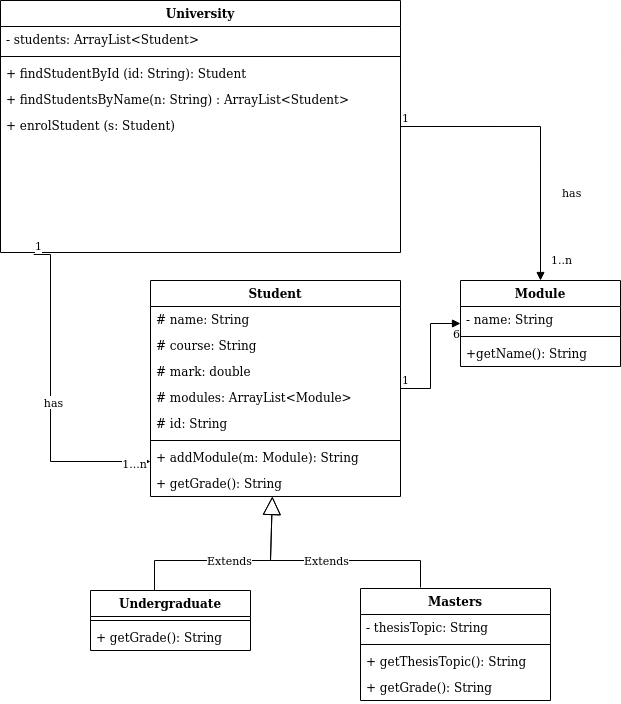
Above: images/COM528classdiagram1.png in nwcourses/nwcourses.github.io (draw.io), before the change. Source tidied: cells renumbered, new cells last; positions are measured from the earlier drawing's top-left corner, leaving out a move shared by most shapes. Its diagram source:
```xml
<mxGraphModel>
  <root>
    <mxCell id="0" />
    <mxCell id="1" parent="0" />
    <mxCell id="2" value="University" style="swimlane;fontStyle=1;align=center;verticalAlign=top;horizontal=1;startSize=26;" parent="1" vertex="1">
      <mxGeometry width="400" height="252" as="geometry" />
    </mxCell>
    <mxCell id="3" value="- students: ArrayList&lt;Student&gt;&#10;" style="text;strokeColor=none;fillColor=none;align=left;verticalAlign=top;spacingLeft=4;spacingRight=4;overflow=hidden;" parent="2" vertex="1">
      <mxGeometry y="26" width="400" height="26" as="geometry" />
    </mxCell>
    <mxCell id="4" style="line;strokeWidth=1;fillColor=none;align=left;verticalAlign=middle;spacingTop=-1;spacingLeft=3;spacingRight=3;labelPosition=right;strokeColor=inherit;" parent="2" vertex="1">
      <mxGeometry y="52" width="400" height="8" as="geometry" />
    </mxCell>
    <mxCell id="5" value="+ findStudentById (id: String): Student" style="text;strokeColor=none;fillColor=none;align=left;verticalAlign=top;spacingLeft=4;spacingRight=4;overflow=hidden;" parent="2" vertex="1">
      <mxGeometry y="60" width="400" height="26" as="geometry" />
    </mxCell>
    <mxCell id="6" value="+ findStudentsByName(n: String) : ArrayList&lt;Student&gt;" style="text;strokeColor=none;fillColor=none;align=left;verticalAlign=top;spacingLeft=4;spacingRight=4;overflow=hidden;" parent="2" vertex="1">
      <mxGeometry y="86" width="400" height="26" as="geometry" />
    </mxCell>
    <mxCell id="7" value="+ enrolStudent (s: Student)&#10;" style="text;strokeColor=none;fillColor=none;align=left;verticalAlign=top;spacingLeft=4;spacingRight=4;overflow=hidden;points=[[0,0.5],[1,0.5]];portConstraint=eastwest;" parent="2" vertex="1">
      <mxGeometry y="112" width="400" height="140" as="geometry" />
    </mxCell>
    <mxCell id="8" value="Student" style="swimlane;fontStyle=1;align=center;verticalAlign=top;horizontal=1;startSize=26;" parent="1" vertex="1">
      <mxGeometry x="150" y="280" width="250" height="216" as="geometry" />
    </mxCell>
    <mxCell id="9" value="# name: String" style="text;strokeColor=none;fillColor=none;align=left;verticalAlign=top;spacingLeft=4;spacingRight=4;overflow=hidden;" parent="8" vertex="1">
      <mxGeometry y="26" width="250" height="26" as="geometry" />
    </mxCell>
    <mxCell id="10" value="# course: String" style="text;strokeColor=none;fillColor=none;align=left;verticalAlign=top;spacingLeft=4;spacingRight=4;overflow=hidden;" parent="8" vertex="1">
      <mxGeometry y="52" width="250" height="26" as="geometry" />
    </mxCell>
    <mxCell id="11" value="# mark: double" style="text;strokeColor=none;fillColor=none;align=left;verticalAlign=top;spacingLeft=4;spacingRight=4;overflow=hidden;" parent="8" vertex="1">
      <mxGeometry y="78" width="250" height="26" as="geometry" />
    </mxCell>
    <mxCell id="12" value="# modules: ArrayList&lt;Module&gt;&#10;" style="text;strokeColor=none;fillColor=none;align=left;verticalAlign=top;spacingLeft=4;spacingRight=4;overflow=hidden;points=[[0,0.5],[1,0.5]];portConstraint=eastwest;" parent="8" vertex="1">
      <mxGeometry y="104" width="250" height="26" as="geometry" />
    </mxCell>
    <mxCell id="13" value="# id: String" style="text;strokeColor=none;fillColor=none;align=left;verticalAlign=top;spacingLeft=4;spacingRight=4;overflow=hidden;" parent="8" vertex="1">
      <mxGeometry y="130" width="250" height="26" as="geometry" />
    </mxCell>
    <mxCell id="14" style="line;strokeWidth=1;fillColor=none;align=left;verticalAlign=middle;spacingTop=-1;spacingLeft=3;spacingRight=3;labelPosition=right;strokeColor=inherit;" parent="8" vertex="1">
      <mxGeometry y="156" width="250" height="8" as="geometry" />
    </mxCell>
    <mxCell id="15" value="+ addModule(m: Module): String" style="text;strokeColor=none;fillColor=none;align=left;verticalAlign=top;spacingLeft=4;spacingRight=4;overflow=hidden;" parent="8" vertex="1">
      <mxGeometry y="164" width="250" height="26" as="geometry" />
    </mxCell>
    <mxCell id="16" value="+ getGrade(): String&#10;" style="text;strokeColor=none;fillColor=none;align=left;verticalAlign=top;spacingLeft=4;spacingRight=4;overflow=hidden;" parent="8" vertex="1">
      <mxGeometry y="190" width="250" height="26" as="geometry" />
    </mxCell>
    <mxCell id="17" style="endArrow=block;endFill=1;html=1;edgeStyle=orthogonalEdgeStyle;align=left;verticalAlign=top;rounded=0;exitX=0.083;exitY=1.014;exitDx=0;exitDy=0;exitPerimeter=0;" parent="1" edge="1" source="7" target="8">
      <mxGeometry x="-1" relative="1" as="geometry">
        <Array as="points">
          <mxPoint x="50" y="254" />
          <mxPoint x="50" y="461" />
          <mxPoint x="150" y="461" />
        </Array>
      </mxGeometry>
    </mxCell>
    <mxCell id="18" value="1" style="edgeLabel;html=1;align=left;verticalAlign=bottom;" parent="17" vertex="1">
      <mxGeometry x="-1" relative="1" as="geometry" />
    </mxCell>
    <mxCell id="19" value="has" style="edgeLabel;html=1;align=center;verticalAlign=middle;" parent="17" vertex="1">
      <mxGeometry x="0.01" y="2" relative="1" as="geometry" />
    </mxCell>
    <mxCell id="20" value="1...n" style="edgeLabel;html=1;align=center;verticalAlign=middle;" parent="17" vertex="1">
      <mxGeometry x="0.9" y="-1" relative="1" as="geometry" />
    </mxCell>
    <mxCell id="21" value="Extends" style="endArrow=block;endSize=16;endFill=0;html=1;rounded=0;exitX=0.5;exitY=0;exitDx=0;exitDy=0;" parent="1" edge="1" target="8">
      <mxGeometry relative="1" as="geometry">
        <mxPoint x="154" y="590" as="sourcePoint" />
        <Array as="points">
          <mxPoint x="154" y="560" />
          <mxPoint x="270" y="560" />
        </Array>
      </mxGeometry>
    </mxCell>
    <mxCell id="22" value="Extends" style="endArrow=block;endSize=16;endFill=0;html=1;rounded=0;" parent="1" edge="1" target="8">
      <mxGeometry relative="1" as="geometry">
        <mxPoint x="420" y="587" as="sourcePoint" />
        <Array as="points">
          <mxPoint x="420" y="560" />
          <mxPoint x="270" y="560" />
        </Array>
      </mxGeometry>
    </mxCell>
    <mxCell id="23" value="Module" style="swimlane;fontStyle=1;align=center;verticalAlign=top;horizontal=1;startSize=26;" parent="1" vertex="1">
      <mxGeometry x="460" y="280" width="160" height="86" as="geometry" />
    </mxCell>
    <mxCell id="24" value="- name: String" style="text;strokeColor=none;fillColor=none;align=left;verticalAlign=top;spacingLeft=4;spacingRight=4;overflow=hidden;" parent="23" vertex="1">
      <mxGeometry y="26" width="160" height="26" as="geometry" />
    </mxCell>
    <mxCell id="25" style="line;strokeWidth=1;fillColor=none;align=left;verticalAlign=middle;spacingTop=-1;spacingLeft=3;spacingRight=3;labelPosition=right;strokeColor=inherit;" parent="23" vertex="1">
      <mxGeometry y="52" width="160" height="8" as="geometry" />
    </mxCell>
    <mxCell id="26" value="+getName(): String" style="text;strokeColor=none;fillColor=none;align=left;verticalAlign=top;spacingLeft=4;spacingRight=4;overflow=hidden;" parent="23" vertex="1">
      <mxGeometry y="60" width="160" height="26" as="geometry" />
    </mxCell>
    <mxCell id="27" value="has" style="endArrow=block;endFill=1;html=1;edgeStyle=orthogonalEdgeStyle;align=left;verticalAlign=top;rounded=0;" parent="1" edge="1" source="2" target="23">
      <mxGeometry x="0.31" y="20" relative="1" as="geometry" />
    </mxCell>
    <mxCell id="28" value="1" style="edgeLabel;html=1;align=left;verticalAlign=bottom;" parent="27" vertex="1">
      <mxGeometry x="-1" relative="1" as="geometry" />
    </mxCell>
    <mxCell id="29" value="&lt;div&gt;1..n&lt;/div&gt;&lt;div&gt;&lt;br&gt;&lt;/div&gt;" style="edgeLabel;html=1;align=center;verticalAlign=middle;" parent="27" vertex="1">
      <mxGeometry x="0.9" y="-1" relative="1" as="geometry">
        <mxPoint x="21" as="offset" />
      </mxGeometry>
    </mxCell>
    <mxCell id="30" value="Undergraduate" style="swimlane;fontStyle=1;align=center;verticalAlign=top;horizontal=1;startSize=26;" parent="1" vertex="1">
      <mxGeometry x="90" y="590" width="160" height="60" as="geometry" />
    </mxCell>
    <mxCell id="31" style="line;strokeWidth=1;fillColor=none;align=left;verticalAlign=middle;spacingTop=-1;spacingLeft=3;spacingRight=3;labelPosition=right;strokeColor=inherit;" parent="30" vertex="1">
      <mxGeometry y="26" width="160" height="8" as="geometry" />
    </mxCell>
    <mxCell id="32" value="+ getGrade(): String" style="text;strokeColor=none;fillColor=none;align=left;verticalAlign=top;spacingLeft=4;spacingRight=4;overflow=hidden;" parent="30" vertex="1">
      <mxGeometry y="34" width="160" height="26" as="geometry" />
    </mxCell>
    <mxCell id="33" value="Masters" style="swimlane;fontStyle=1;align=center;verticalAlign=top;horizontal=1;startSize=26;" parent="1" vertex="1">
      <mxGeometry x="360" y="588" width="190" height="112" as="geometry" />
    </mxCell>
    <mxCell id="34" value="- thesisTopic: String" style="text;strokeColor=none;fillColor=none;align=left;verticalAlign=top;spacingLeft=4;spacingRight=4;overflow=hidden;" parent="33" vertex="1">
      <mxGeometry y="26" width="190" height="26" as="geometry" />
    </mxCell>
    <mxCell id="35" style="line;strokeWidth=1;fillColor=none;align=left;verticalAlign=middle;spacingTop=-1;spacingLeft=3;spacingRight=3;labelPosition=right;strokeColor=inherit;" parent="33" vertex="1">
      <mxGeometry y="52" width="190" height="8" as="geometry" />
    </mxCell>
    <mxCell id="36" value="+ getThesisTopic(): String" style="text;strokeColor=none;fillColor=none;align=left;verticalAlign=top;spacingLeft=4;spacingRight=4;overflow=hidden;" parent="33" vertex="1">
      <mxGeometry y="60" width="190" height="26" as="geometry" />
    </mxCell>
    <mxCell id="37" value="+ getGrade(): String" style="text;strokeColor=none;fillColor=none;align=left;verticalAlign=top;spacingLeft=4;spacingRight=4;overflow=hidden;" parent="33" vertex="1">
      <mxGeometry y="86" width="190" height="26" as="geometry" />
    </mxCell>
    <mxCell id="38" value="6" style="endArrow=block;endFill=1;html=1;edgeStyle=orthogonalEdgeStyle;align=left;verticalAlign=top;rounded=0;" parent="1" edge="1" source="8" target="23">
      <mxGeometry x="0.86" y="3" relative="1" as="geometry" />
    </mxCell>
    <mxCell id="39" value="1" style="edgeLabel;html=1;align=left;verticalAlign=bottom;" parent="38" vertex="1">
      <mxGeometry x="-1" relative="1" as="geometry" />
    </mxCell>
  </root>
</mxGraphModel>
```
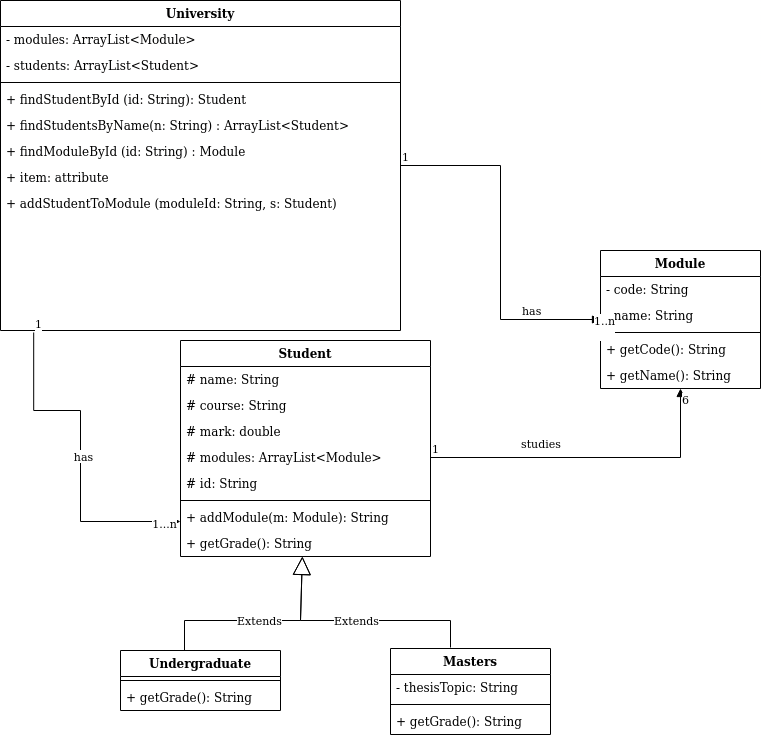
The same diagram one commit later.

Diff of the diagram source:
```diff
@@ -3,22 +3,31 @@
     <mxCell id="0" />
     <mxCell id="1" parent="0" />
     <mxCell id="2" value="University" style="swimlane;fontStyle=1;align=center;verticalAlign=top;horizontal=1;startSize=26;" parent="1" vertex="1">
-      <mxGeometry width="400" height="252" as="geometry" />
+      <mxGeometry x="-30" y="-60" width="400" height="330" as="geometry" />
     </mxCell>
+    <mxCell id="40" value="- modules: ArrayList&lt;Module&gt;" style="text;strokeColor=none;fillColor=none;align=left;verticalAlign=top;spacingLeft=4;spacingRight=4;overflow=hidden;" parent="2" vertex="1">
+      <mxGeometry y="26" width="400" height="26" as="geometry" />
+    </mxCell>
     <mxCell id="3" value="- students: ArrayList&lt;Student&gt;&#10;" style="text;strokeColor=none;fillColor=none;align=left;verticalAlign=top;spacingLeft=4;spacingRight=4;overflow=hidden;" parent="2" vertex="1">
-      <mxGeometry y="26" width="400" height="26" as="geometry" />
+      <mxGeometry y="52" width="400" height="26" as="geometry" />
     </mxCell>
     <mxCell id="4" style="line;strokeWidth=1;fillColor=none;align=left;verticalAlign=middle;spacingTop=-1;spacingLeft=3;spacingRight=3;labelPosition=right;strokeColor=inherit;" parent="2" vertex="1">
-      <mxGeometry y="52" width="400" height="8" as="geometry" />
+      <mxGeometry y="78" width="400" height="8" as="geometry" />
     </mxCell>
     <mxCell id="5" value="+ findStudentById (id: String): Student" style="text;strokeColor=none;fillColor=none;align=left;verticalAlign=top;spacingLeft=4;spacingRight=4;overflow=hidden;" parent="2" vertex="1">
-      <mxGeometry y="60" width="400" height="26" as="geometry" />
+      <mxGeometry y="86" width="400" height="26" as="geometry" />
     </mxCell>
     <mxCell id="6" value="+ findStudentsByName(n: String) : ArrayList&lt;Student&gt;" style="text;strokeColor=none;fillColor=none;align=left;verticalAlign=top;spacingLeft=4;spacingRight=4;overflow=hidden;" parent="2" vertex="1">
-      <mxGeometry y="86" width="400" height="26" as="geometry" />
+      <mxGeometry y="112" width="400" height="26" as="geometry" />
     </mxCell>
+    <mxCell id="41" value="+ findModuleById (id: String) : Module" style="text;strokeColor=none;fillColor=none;align=left;verticalAlign=top;spacingLeft=4;spacingRight=4;overflow=hidden;" parent="2" vertex="1">
+      <mxGeometry y="138" width="400" height="26" as="geometry" />
+    </mxCell>
+    <mxCell id="42" value="+ item: attribute" style="text;strokeColor=none;fillColor=none;align=left;verticalAlign=top;spacingLeft=4;spacingRight=4;overflow=hidden;" parent="2" vertex="1">
+      <mxGeometry y="164" width="400" height="26" as="geometry" />
+    </mxCell>
-    <mxCell id="7" value="+ enrolStudent (s: Student)&#10;" style="text;strokeColor=none;fillColor=none;align=left;verticalAlign=top;spacingLeft=4;spacingRight=4;overflow=hidden;points=[[0,0.5],[1,0.5]];portConstraint=eastwest;" parent="2" vertex="1">
-      <mxGeometry y="112" width="400" height="140" as="geometry" />
+    <mxCell id="7" value="+ addStudentToModule (moduleId: String, s: Student)" style="text;strokeColor=none;fillColor=none;align=left;verticalAlign=top;spacingLeft=4;spacingRight=4;overflow=hidden;points=[[0,0.5],[1,0.5]];portConstraint=eastwest;" parent="2" vertex="1">
+      <mxGeometry y="190" width="400" height="140" as="geometry" />
     </mxCell>
     <mxCell id="8" value="Student" style="swimlane;fontStyle=1;align=center;verticalAlign=top;horizontal=1;startSize=26;" parent="1" vertex="1">
       <mxGeometry x="150" y="280" width="250" height="216" as="geometry" />
@@ -50,9 +59,9 @@
     <mxCell id="17" style="endArrow=block;endFill=1;html=1;edgeStyle=orthogonalEdgeStyle;align=left;verticalAlign=top;rounded=0;exitX=0.083;exitY=1.014;exitDx=0;exitDy=0;exitPerimeter=0;" parent="1" edge="1" source="7" target="8">
       <mxGeometry x="-1" relative="1" as="geometry">
         <Array as="points">
-          <mxPoint x="50" y="254" />
+          <mxPoint x="3" y="350" />
+          <mxPoint x="50" y="350" />
           <mxPoint x="50" y="461" />
-          <mxPoint x="150" y="461" />
         </Array>
       </mxGeometry>
     </mxCell>
@@ -84,17 +93,32 @@
       </mxGeometry>
     </mxCell>
     <mxCell id="23" value="Module" style="swimlane;fontStyle=1;align=center;verticalAlign=top;horizontal=1;startSize=26;" parent="1" vertex="1">
-      <mxGeometry x="460" y="280" width="160" height="86" as="geometry" />
+      <mxGeometry x="570" y="190" width="160" height="138" as="geometry" />
     </mxCell>
+    <mxCell id="43" value="- code: String" style="text;strokeColor=none;fillColor=none;align=left;verticalAlign=top;spacingLeft=4;spacingRight=4;overflow=hidden;" parent="23" vertex="1">
+      <mxGeometry y="26" width="160" height="26" as="geometry" />
+    </mxCell>
     <mxCell id="24" value="- name: String" style="text;strokeColor=none;fillColor=none;align=left;verticalAlign=top;spacingLeft=4;spacingRight=4;overflow=hidden;" parent="23" vertex="1">
-      <mxGeometry y="26" width="160" height="26" as="geometry" />
+      <mxGeometry y="52" width="160" height="26" as="geometry" />
     </mxCell>
     <mxCell id="25" style="line;strokeWidth=1;fillColor=none;align=left;verticalAlign=middle;spacingTop=-1;spacingLeft=3;spacingRight=3;labelPosition=right;strokeColor=inherit;" parent="23" vertex="1">
-      <mxGeometry y="52" width="160" height="8" as="geometry" />
+      <mxGeometry y="78" width="160" height="8" as="geometry" />
     </mxCell>
+    <mxCell id="44" value="+ getCode(): String" style="text;strokeColor=none;fillColor=none;align=left;verticalAlign=top;spacingLeft=4;spacingRight=4;overflow=hidden;" parent="23" vertex="1">
+      <mxGeometry y="86" width="160" height="26" as="geometry" />
+    </mxCell>
-    <mxCell id="26" value="+getName(): String" style="text;strokeColor=none;fillColor=none;align=left;verticalAlign=top;spacingLeft=4;spacingRight=4;overflow=hidden;" parent="23" vertex="1">
-      <mxGeometry y="60" width="160" height="26" as="geometry" />
+    <mxCell id="26" value="+ getName(): String" style="text;strokeColor=none;fillColor=none;align=left;verticalAlign=top;spacingLeft=4;spacingRight=4;overflow=hidden;" parent="23" vertex="1">
+      <mxGeometry y="112" width="160" height="26" as="geometry" />
     </mxCell>
+    <mxCell id="45" value="studies" style="endArrow=block;endFill=1;html=1;edgeStyle=orthogonalEdgeStyle;align=left;verticalAlign=top;rounded=0;exitX=1;exitY=0.5;exitDx=0;exitDy=0;" parent="1" edge="1" source="12" target="23">
+      <mxGeometry x="-0.44" y="27" relative="1" as="geometry" />
+    </mxCell>
+    <mxCell id="39" value="1" style="edgeLabel;html=1;align=left;verticalAlign=bottom;" parent="45" vertex="1">
+      <mxGeometry x="-1" relative="1" as="geometry" />
+    </mxCell>
+    <mxCell id="38" value="6" style="edgeLabel;html=1;align=center;verticalAlign=middle;" parent="45" vertex="1">
+      <mxGeometry x="0.94" y="-4" relative="1" as="geometry" />
+    </mxCell>
     <mxCell id="27" value="has" style="endArrow=block;endFill=1;html=1;edgeStyle=orthogonalEdgeStyle;align=left;verticalAlign=top;rounded=0;" parent="1" edge="1" source="2" target="23">
       <mxGeometry x="0.31" y="20" relative="1" as="geometry" />
     </mxCell>
@@ -103,7 +127,7 @@
     </mxCell>
     <mxCell id="29" value="&lt;div&gt;1..n&lt;/div&gt;&lt;div&gt;&lt;br&gt;&lt;/div&gt;" style="edgeLabel;html=1;align=center;verticalAlign=middle;" parent="27" vertex="1">
       <mxGeometry x="0.9" y="-1" relative="1" as="geometry">
-        <mxPoint x="21" as="offset" />
+        <mxPoint x="21" y="6" as="offset" />
       </mxGeometry>
     </mxCell>
     <mxCell id="30" value="Undergraduate" style="swimlane;fontStyle=1;align=center;verticalAlign=top;horizontal=1;startSize=26;" parent="1" vertex="1">
@@ -116,25 +140,16 @@
       <mxGeometry y="34" width="160" height="26" as="geometry" />
     </mxCell>
     <mxCell id="33" value="Masters" style="swimlane;fontStyle=1;align=center;verticalAlign=top;horizontal=1;startSize=26;" parent="1" vertex="1">
-      <mxGeometry x="360" y="588" width="190" height="112" as="geometry" />
+      <mxGeometry x="360" y="588" width="160" height="86" as="geometry" />
     </mxCell>
     <mxCell id="34" value="- thesisTopic: String" style="text;strokeColor=none;fillColor=none;align=left;verticalAlign=top;spacingLeft=4;spacingRight=4;overflow=hidden;" parent="33" vertex="1">
-      <mxGeometry y="26" width="190" height="26" as="geometry" />
+      <mxGeometry y="26" width="160" height="26" as="geometry" />
     </mxCell>
     <mxCell id="35" style="line;strokeWidth=1;fillColor=none;align=left;verticalAlign=middle;spacingTop=-1;spacingLeft=3;spacingRight=3;labelPosition=right;strokeColor=inherit;" parent="33" vertex="1">
-      <mxGeometry y="52" width="190" height="8" as="geometry" />
+      <mxGeometry y="52" width="160" height="8" as="geometry" />
     </mxCell>
-    <mxCell id="36" value="+ getThesisTopic(): String" style="text;strokeColor=none;fillColor=none;align=left;verticalAlign=top;spacingLeft=4;spacingRight=4;overflow=hidden;" parent="33" vertex="1">
-      <mxGeometry y="60" width="190" height="26" as="geometry" />
-    </mxCell>
     <mxCell id="37" value="+ getGrade(): String" style="text;strokeColor=none;fillColor=none;align=left;verticalAlign=top;spacingLeft=4;spacingRight=4;overflow=hidden;" parent="33" vertex="1">
-      <mxGeometry y="86" width="190" height="26" as="geometry" />
+      <mxGeometry y="60" width="160" height="26" as="geometry" />
     </mxCell>
-    <mxCell id="38" value="6" style="endArrow=block;endFill=1;html=1;edgeStyle=orthogonalEdgeStyle;align=left;verticalAlign=top;rounded=0;" parent="1" edge="1" source="8" target="23">
-      <mxGeometry x="0.86" y="3" relative="1" as="geometry" />
-    </mxCell>
-    <mxCell id="39" value="1" style="edgeLabel;html=1;align=left;verticalAlign=bottom;" parent="38" vertex="1">
-      <mxGeometry x="-1" relative="1" as="geometry" />
-    </mxCell>
   </root>
 </mxGraphModel>
```
